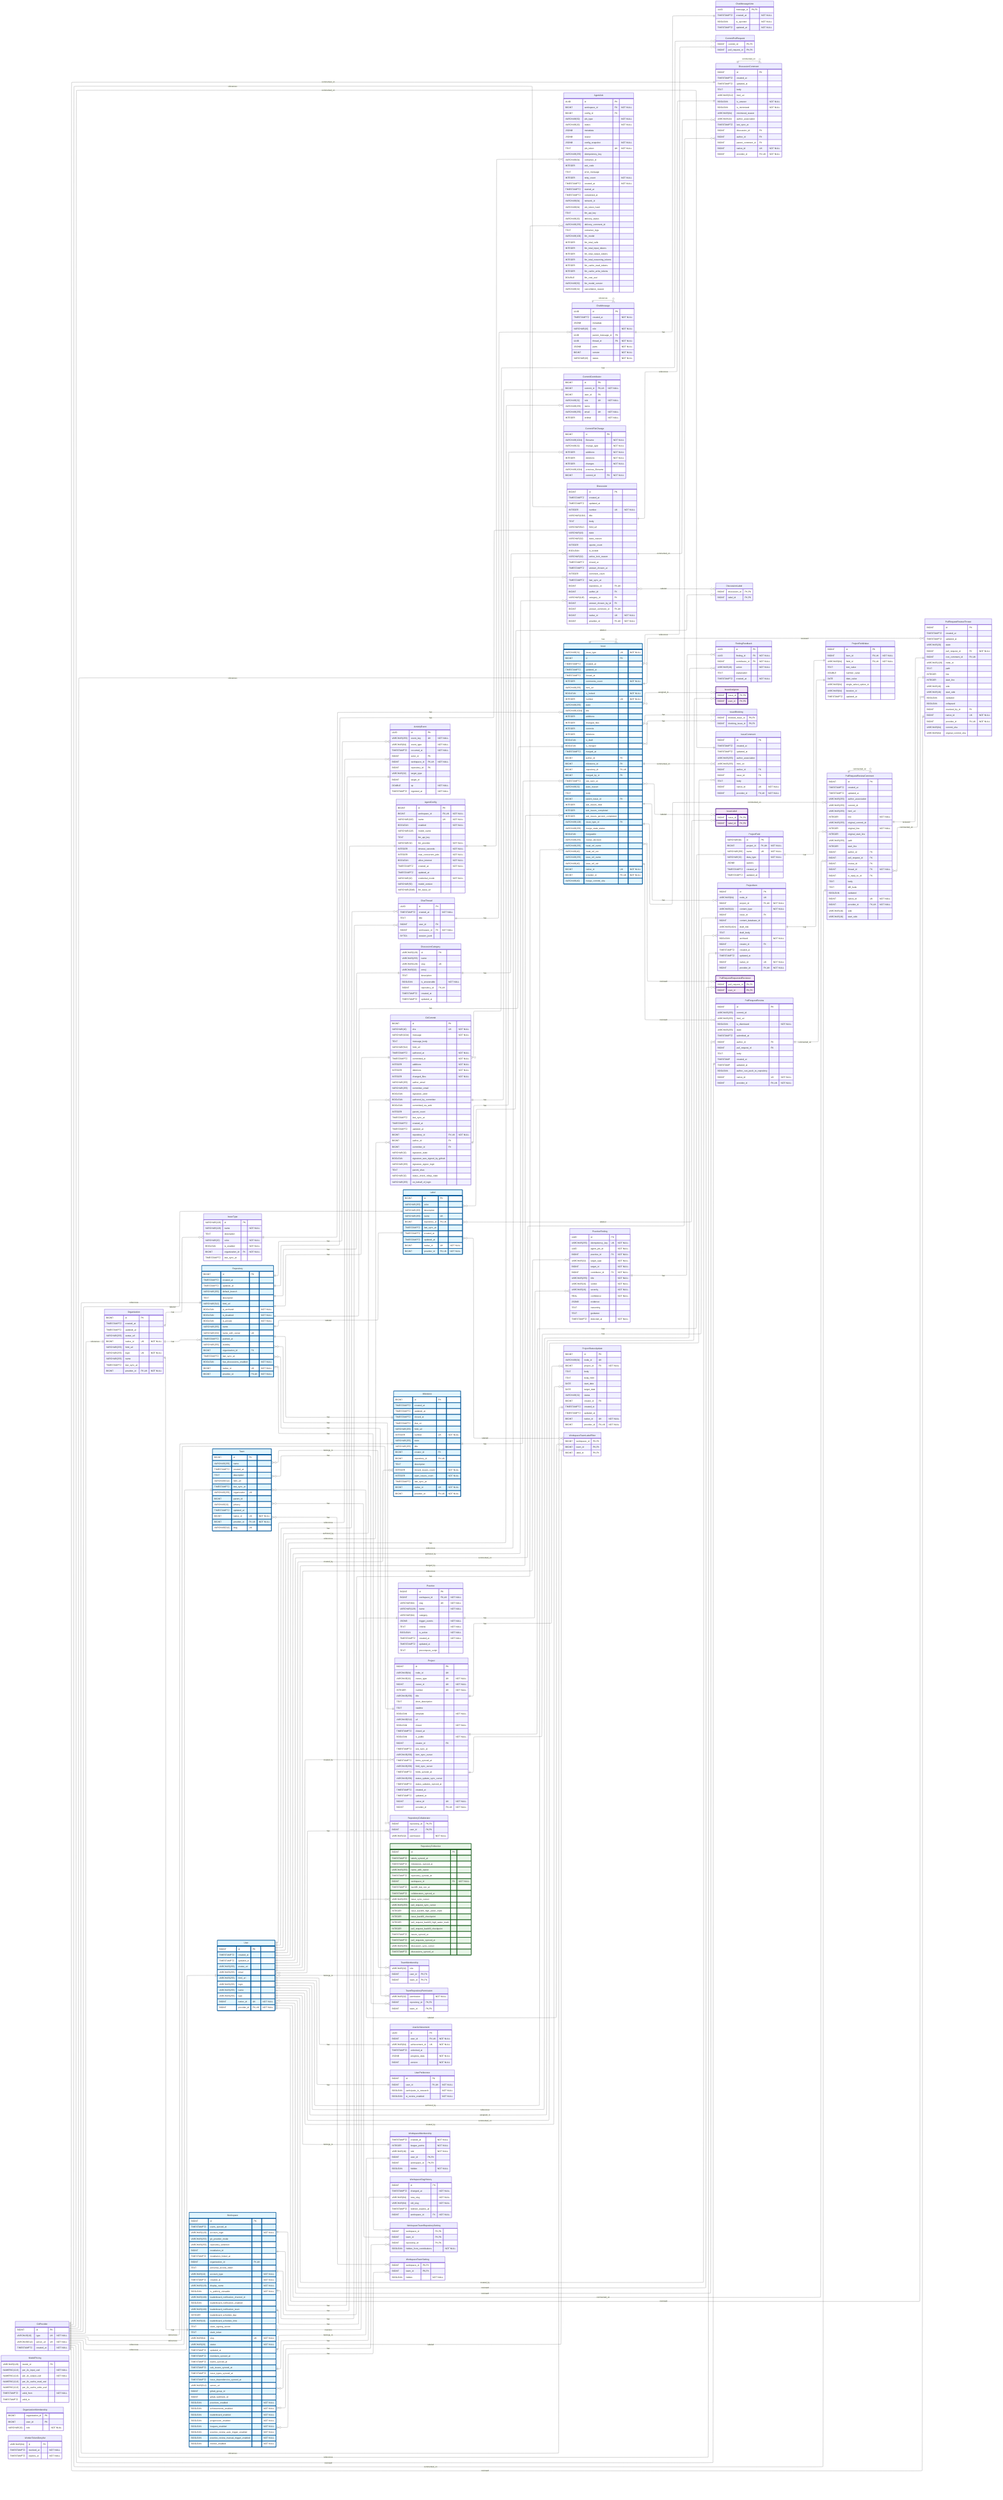
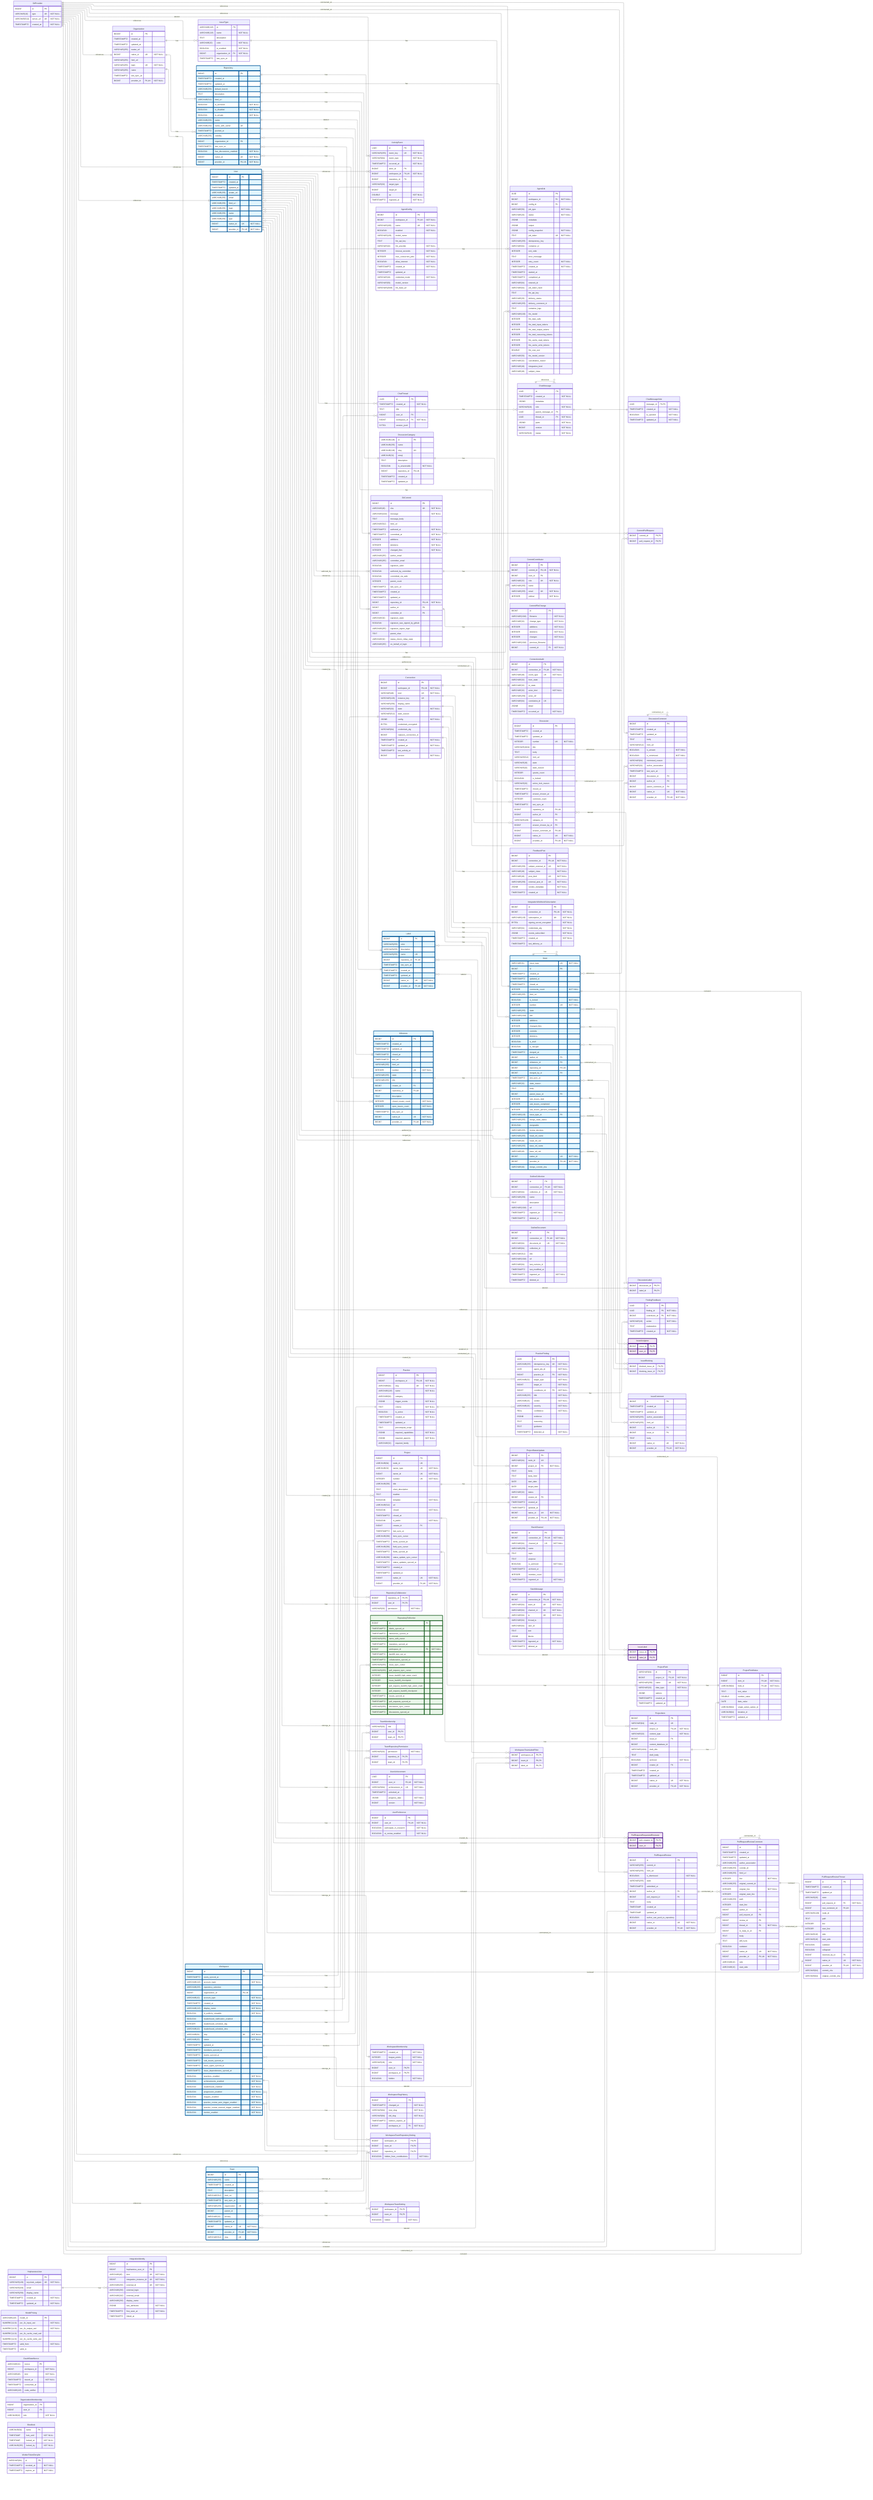
---
config:
    layout: elk
---
erDiagram
    %% Generated automatically from PostgreSQL database schema
    %% using scripts/generate-mermaid-erd.ts
    %% To regenerate: pnpm run db:generate-erd-docs

    direction LR

    ActivityEvent {
        UUID id PK
        VARCHAR(255) event_key UK "NOT NULL"
        VARCHAR(64) event_type "NOT NULL"
        TIMESTAMPTZ occurred_at "NOT NULL"
        BIGINT actor_id FK
        BIGINT workspace_id FK,UK "NOT NULL"
        BIGINT repository_id FK
        VARCHAR(32) target_type
        BIGINT target_id
        DOUBLE xp "NOT NULL"
        TIMESTAMPTZ ingested_at "NOT NULL"
    }

    AgentConfig {
        BIGINT id PK
        BIGINT workspace_id FK,UK "NOT NULL"
        VARCHAR(100) name UK "NOT NULL"
        BOOLEAN enabled "NOT NULL"
        VARCHAR(128) model_name
        TEXT llm_api_key
        VARCHAR(32) llm_provider "NOT NULL"
        INTEGER timeout_seconds "NOT NULL"
        INTEGER max_concurrent_jobs "NOT NULL"
        BOOLEAN allow_internet "NOT NULL"
        TIMESTAMPTZ created_at "NOT NULL"
        TIMESTAMPTZ updated_at
        VARCHAR(16) credential_mode "NOT NULL"
        VARCHAR(50) model_version
        VARCHAR(2048) llm_base_url
    }

    AgentJob {
        UUID id PK
        BIGINT workspace_id FK "NOT NULL"
        BIGINT config_id FK
        VARCHAR(50) job_type "NOT NULL"
        VARCHAR(20) status "NOT NULL"
        JSONB metadata
        JSONB output
        JSONB config_snapshot "NOT NULL"
        TEXT job_token UK "NOT NULL"
        VARCHAR(255) idempotency_key
        VARCHAR(64) container_id
        INTEGER exit_code
        TEXT error_message
        INTEGER retry_count "NOT NULL"
        TIMESTAMPTZ created_at "NOT NULL"
        TIMESTAMPTZ started_at
        TIMESTAMPTZ completed_at
        VARCHAR(64) network_id
        VARCHAR(64) job_token_hash
        TEXT llm_api_key
        VARCHAR(20) delivery_status
        VARCHAR(255) delivery_comment_id
        TEXT container_logs
        VARCHAR(100) llm_model
        INTEGER llm_total_calls
        INTEGER llm_total_input_tokens
        INTEGER llm_total_output_tokens
        INTEGER llm_total_reasoning_tokens
        INTEGER llm_cache_read_tokens
        INTEGER llm_cache_write_tokens
        DOUBLE llm_cost_usd
        VARCHAR(50) llm_model_version
        VARCHAR(32) cancellation_reason
+         VARCHAR(48) integration_kind
+         VARCHAR(48) subject_class
    }

    ChatMessage {
        UUID id PK
        TIMESTAMPTZ created_at "NOT NULL"
        JSONB metadata
        VARCHAR(16) role "NOT NULL"
        UUID parent_message_id FK
        UUID thread_id FK "NOT NULL"
        JSONB parts "NOT NULL"
        BIGINT version "NOT NULL"
        VARCHAR(16) status "NOT NULL"
    }

    ChatMessageVote {
        UUID message_id PK,FK
        TIMESTAMPTZ created_at "NOT NULL"
        BOOLEAN is_upvoted "NOT NULL"
        TIMESTAMPTZ updated_at "NOT NULL"
    }

    ChatThread {
        UUID id PK
        TIMESTAMPTZ created_at "NOT NULL"
        TEXT title
        BIGINT user_id FK
        BIGINT workspace_id FK "NOT NULL"
        BYTEA session_jsonl
    }

    CommitContributor {
        BIGINT id PK
        BIGINT commit_id FK,UK "NOT NULL"
        BIGINT user_id FK
        VARCHAR(32) role UK "NOT NULL"
        VARCHAR(255) name
        VARCHAR(255) email UK "NOT NULL"
        INTEGER ordinal "NOT NULL"
    }

    CommitFileChange {
        BIGINT id PK
        VARCHAR(1024) filename "NOT NULL"
        VARCHAR(32) change_type "NOT NULL"
        INTEGER additions "NOT NULL"
        INTEGER deletions "NOT NULL"
        INTEGER changes "NOT NULL"
        VARCHAR(1024) previous_filename
        BIGINT commit_id FK "NOT NULL"
    }

    CommitPullRequest {
        BIGINT commit_id PK,FK
        BIGINT pull_request_id PK,FK
+     }
+ 
+     Connection {
+         BIGINT id PK
+         BIGINT workspace_id FK,UK "NOT NULL"
+         VARCHAR(48) kind UK "NOT NULL"
+         VARCHAR(128) instance_key UK
+         VARCHAR(256) display_name
+         VARCHAR(32) state "NOT NULL"
+         VARCHAR(512) state_reason
+         JSONB config "NOT NULL"
+         BYTEA credentials_encrypted
+         VARCHAR(64) credentials_alg
+         BIGINT replaces_connection_id
+         TIMESTAMPTZ created_at "NOT NULL"
+         TIMESTAMPTZ updated_at "NOT NULL"
+         TIMESTAMPTZ last_activity_at
+         BIGINT version "NOT NULL"
+     }
+ 
+     ConnectionAudit {
+         BIGINT id PK
+         BIGINT connection_id FK,UK "NOT NULL"
+         VARCHAR(48) event_type UK "NOT NULL"
+         VARCHAR(32) from_state
+         VARCHAR(32) to_state
+         VARCHAR(32) actor_kind "NOT NULL"
+         VARCHAR(256) actor_ref
+         VARCHAR(64) correlation_id UK
+         JSONB detail
+         TIMESTAMPTZ occurred_at "NOT NULL"
    }

    Discussion {
        BIGINT id PK
        TIMESTAMPTZ created_at
        TIMESTAMPTZ updated_at
        INTEGER number UK "NOT NULL"
        VARCHAR(1024) title
        TEXT body
        VARCHAR(512) html_url
        VARCHAR(16) state
        VARCHAR(32) state_reason
        INTEGER upvote_count
        BOOLEAN is_locked
        VARCHAR(32) active_lock_reason
        TIMESTAMPTZ closed_at
        TIMESTAMPTZ answer_chosen_at
        INTEGER comment_count
        TIMESTAMPTZ last_sync_at
        BIGINT repository_id FK,UK
        BIGINT author_id FK
        VARCHAR(128) category_id FK
        BIGINT answer_chosen_by_id FK
        BIGINT answer_comment_id FK,UK
        BIGINT native_id UK "NOT NULL"
        BIGINT provider_id FK,UK "NOT NULL"
    }

    DiscussionCategory {
        VARCHAR(128) id PK
        VARCHAR(255) name
        VARCHAR(128) slug UK
        VARCHAR(32) emoji
        TEXT description
        BOOLEAN is_answerable "NOT NULL"
        BIGINT repository_id FK,UK
        TIMESTAMPTZ created_at
        TIMESTAMPTZ updated_at
    }

    DiscussionComment {
        BIGINT id PK
        TIMESTAMPTZ created_at
        TIMESTAMPTZ updated_at
        TEXT body
        VARCHAR(512) html_url
        BOOLEAN is_answer "NOT NULL"
        BOOLEAN is_minimized "NOT NULL"
        VARCHAR(64) minimized_reason
        VARCHAR(32) author_association
        TIMESTAMPTZ last_sync_at
        BIGINT discussion_id FK
        BIGINT author_id FK
        BIGINT parent_comment_id FK
        BIGINT native_id UK "NOT NULL"
        BIGINT provider_id FK,UK "NOT NULL"
    }

    DiscussionLabel {
        BIGINT discussion_id PK,FK
        BIGINT label_id PK,FK
    }

+     FeedbackPost {
+         BIGINT id PK
+         BIGINT connection_id FK,UK "NOT NULL"
+         VARCHAR(256) subject_external_id UK "NOT NULL"
+         VARCHAR(48) subject_class "NOT NULL"
+         VARCHAR(48) post_kind UK "NOT NULL"
+         VARCHAR(256) external_post_id UK "NOT NULL"
+         JSONB vendor_metadata "NOT NULL"
+         TIMESTAMPTZ created_at "NOT NULL"
+     }
+ 
    FindingFeedback {
        UUID id PK
        UUID finding_id FK "NOT NULL"
        BIGINT contributor_id FK "NOT NULL"
        VARCHAR(16) action "NOT NULL"
        TEXT explanation
        TIMESTAMPTZ created_at "NOT NULL"
    }

    GitCommit {
        BIGINT id PK
        VARCHAR(40) sha UK "NOT NULL"
        VARCHAR(1024) message "NOT NULL"
        TEXT message_body
        VARCHAR(512) html_url
        TIMESTAMPTZ authored_at "NOT NULL"
        TIMESTAMPTZ committed_at "NOT NULL"
        INTEGER additions "NOT NULL"
        INTEGER deletions "NOT NULL"
        INTEGER changed_files "NOT NULL"
        VARCHAR(255) author_email
        VARCHAR(255) committer_email
        BOOLEAN signature_valid
        BOOLEAN authored_by_committer
        BOOLEAN committed_via_web
        INTEGER parent_count
        TIMESTAMPTZ last_sync_at
        TIMESTAMPTZ created_at
        TIMESTAMPTZ updated_at
        BIGINT repository_id FK,UK "NOT NULL"
        BIGINT author_id FK
        BIGINT committer_id FK
        VARCHAR(32) signature_state
        BOOLEAN signature_was_signed_by_github
        VARCHAR(255) signature_signer_login
        TEXT parent_shas
        VARCHAR(32) status_check_rollup_state
        VARCHAR(255) on_behalf_of_login
    }

    GitProvider {
        BIGINT id PK
        VARCHAR(10) type UK "NOT NULL"
        VARCHAR(512) server_url UK "NOT NULL"
        TIMESTAMPTZ created_at "NOT NULL"
+     }
+ 
+     HephaestusUser {
+         BIGINT id PK
+         VARCHAR(128) keycloak_subject UK "NOT NULL"
+         VARCHAR(320) email
+         VARCHAR(256) display_name
+         TIMESTAMPTZ created_at "NOT NULL"
+         TIMESTAMPTZ updated_at "NOT NULL"
+     }
+ 
+     IntegrationIdentity {
+         BIGINT id PK
+         BIGINT hephaestus_user_id FK
+         VARCHAR(48) kind UK "NOT NULL"
+         BIGINT integration_instance_id UK "NOT NULL"
+         VARCHAR(256) external_id UK "NOT NULL"
+         VARCHAR(256) external_login
+         VARCHAR(320) external_email
+         VARCHAR(256) display_name
+         JSONB raw_attributes "NOT NULL"
+         TIMESTAMPTZ first_seen_at "NOT NULL"
+         TIMESTAMPTZ linked_at
+     }
+ 
+     IntegrationWebhookSubscription {
+         BIGINT id PK
+         BIGINT connection_id FK,UK "NOT NULL"
+         VARCHAR(128) subscription_id UK "NOT NULL"
+         BYTEA signing_secret_encrypted "NOT NULL"
+         VARCHAR(64) credentials_alg "NOT NULL"
+         JSONB events_subscribed "NOT NULL"
+         TIMESTAMPTZ created_at "NOT NULL"
+         TIMESTAMPTZ last_delivery_at
    }

    Issue {
        VARCHAR(31) issue_type UK "NOT NULL"
        BIGINT id PK
        TIMESTAMPTZ created_at
        TIMESTAMPTZ updated_at
        TIMESTAMPTZ closed_at
        INTEGER comments_count "NOT NULL"
        VARCHAR(255) html_url
        BOOLEAN is_locked "NOT NULL"
        INTEGER number UK "NOT NULL"
        VARCHAR(255) state
        VARCHAR(1024) title
        INTEGER additions
        INTEGER changed_files
        INTEGER commits
        INTEGER deletions
        BOOLEAN is_draft
        BOOLEAN is_merged
        TIMESTAMPTZ merged_at
        BIGINT author_id FK
        BIGINT milestone_id FK
        BIGINT repository_id FK,UK
        BIGINT merged_by_id FK
        TIMESTAMPTZ last_sync_at
        VARCHAR(32) state_reason
        TEXT body
        BIGINT parent_issue_id FK
        INTEGER sub_issues_total
        INTEGER sub_issues_completed
        INTEGER sub_issues_percent_completed
        VARCHAR(128) issue_type_id FK
        VARCHAR(255) merge_state_status
        BOOLEAN mergeable
        VARCHAR(255) review_decision
        VARCHAR(255) head_ref_name
        VARCHAR(40) head_ref_oid
        VARCHAR(255) base_ref_name
        VARCHAR(40) base_ref_oid
        BIGINT native_id UK "NOT NULL"
        BIGINT provider_id FK,UK "NOT NULL"
        VARCHAR(40) merge_commit_sha
    }

    IssueAssignee {
        BIGINT issue_id PK,FK
        BIGINT user_id PK,FK
    }

    IssueBlocking {
        BIGINT blocked_issue_id PK,FK
        BIGINT blocking_issue_id PK,FK
    }

    IssueComment {
        BIGINT id PK
        TIMESTAMPTZ created_at
        TIMESTAMPTZ updated_at
        VARCHAR(255) author_association
        VARCHAR(255) html_url
        BIGINT author_id FK
        BIGINT issue_id FK
        TEXT body
        BIGINT native_id UK "NOT NULL"
        BIGINT provider_id FK,UK "NOT NULL"
    }

    IssueLabel {
        BIGINT issue_id PK,FK
        BIGINT label_id PK,FK
    }

    IssueType {
        VARCHAR(128) id PK
        VARCHAR(128) name "NOT NULL"
        TEXT description
        VARCHAR(20) color "NOT NULL"
        BOOLEAN is_enabled "NOT NULL"
        BIGINT organization_id FK "NOT NULL"
        TIMESTAMPTZ last_sync_at
    }

    Label {
        BIGINT id PK
        VARCHAR(255) color
        VARCHAR(255) description
        VARCHAR(255) name UK
        BIGINT repository_id FK,UK
        TIMESTAMPTZ last_sync_at
        TIMESTAMPTZ created_at
        TIMESTAMPTZ updated_at
        BIGINT native_id UK "NOT NULL"
        BIGINT provider_id FK,UK "NOT NULL"
    }

    Milestone {
        BIGINT id PK
        TIMESTAMPTZ created_at
        TIMESTAMPTZ updated_at
        TIMESTAMPTZ closed_at
        TIMESTAMPTZ due_on
        VARCHAR(255) html_url
        INTEGER number UK "NOT NULL"
        VARCHAR(255) state
        VARCHAR(255) title
        BIGINT creator_id FK
        BIGINT repository_id FK,UK
        TEXT description
        INTEGER closed_issues_count "NOT NULL"
        INTEGER open_issues_count "NOT NULL"
        TIMESTAMPTZ last_sync_at
        BIGINT native_id UK "NOT NULL"
        BIGINT provider_id FK,UK "NOT NULL"
    }

    ModelPricing {
        VARCHAR(128) model_id PK
        NUMERIC(12,6) per_1k_input_usd "NOT NULL"
        NUMERIC(12,6) per_1k_output_usd "NOT NULL"
        NUMERIC(12,6) per_1k_cache_read_usd
        NUMERIC(12,6) per_1k_cache_write_usd
        TIMESTAMPTZ valid_from "NOT NULL"
        TIMESTAMPTZ valid_to
    }

+     OauthStateNonce {
+         VARCHAR(32) nonce PK
+         BIGINT workspace_id "NOT NULL"
+         VARCHAR(48) kind "NOT NULL"
+         TIMESTAMPTZ issued_at "NOT NULL"
+         TIMESTAMPTZ consumed_at
+         VARCHAR(128) code_verifier
+     }
+ 
    Organization {
        BIGINT id PK
        TIMESTAMPTZ created_at
        TIMESTAMPTZ updated_at
        VARCHAR(255) avatar_url
        BIGINT native_id UK "NOT NULL"
        VARCHAR(255) html_url
        VARCHAR(255) login UK "NOT NULL"
        VARCHAR(255) name
        TIMESTAMPTZ last_sync_at
        BIGINT provider_id FK,UK "NOT NULL"
    }

    OrganizationMembership {
        BIGINT organization_id PK
        BIGINT user_id PK
        VARCHAR(32) role "NOT NULL"
+     }
+ 
+     OutlineCollection {
+         BIGINT id PK
+         BIGINT connection_id FK,UK "NOT NULL"
+         VARCHAR(64) collection_id UK "NOT NULL"
+         VARCHAR(256) name
+         TEXT description
+         VARCHAR(1024) url
+         TIMESTAMPTZ ingested_at "NOT NULL"
+         TIMESTAMPTZ deleted_at
+     }
+ 
+     OutlineDocument {
+         BIGINT id PK
+         BIGINT connection_id FK,UK "NOT NULL"
+         VARCHAR(64) document_id UK "NOT NULL"
+         VARCHAR(64) collection_id
+         VARCHAR(512) title
+         VARCHAR(1024) url
+         VARCHAR(64) last_revision_id
+         TIMESTAMPTZ last_modified_at
+         TIMESTAMPTZ ingested_at "NOT NULL"
+         TIMESTAMPTZ deleted_at
    }

    Practice {
        BIGINT id PK
        BIGINT workspace_id FK,UK "NOT NULL"
        VARCHAR(64) slug UK "NOT NULL"
        VARCHAR(128) name "NOT NULL"
        VARCHAR(64) category
        JSONB trigger_events "NOT NULL"
        TEXT criteria "NOT NULL"
        BOOLEAN is_active "NOT NULL"
        TIMESTAMPTZ created_at "NOT NULL"
        TIMESTAMPTZ updated_at
        TEXT precompute_script
+         JSONB required_capabilities "NOT NULL"
+         JSONB required_aspects "NOT NULL"
+         VARCHAR(32) required_family
    }

    PracticeFinding {
        UUID id PK
        VARCHAR(255) idempotency_key UK "NOT NULL"
        UUID agent_job_id "NOT NULL"
        BIGINT practice_id FK "NOT NULL"
        VARCHAR(32) target_type "NOT NULL"
        BIGINT target_id "NOT NULL"
        BIGINT contributor_id FK "NOT NULL"
        VARCHAR(255) title "NOT NULL"
        VARCHAR(16) verdict "NOT NULL"
        VARCHAR(16) severity "NOT NULL"
        REAL confidence "NOT NULL"
        JSONB evidence
        TEXT reasoning
        TEXT guidance
        TIMESTAMPTZ detected_at "NOT NULL"
    }

    Project {
        BIGINT id PK
        VARCHAR(64) node_id UK
        VARCHAR(32) owner_type UK "NOT NULL"
        BIGINT owner_id UK "NOT NULL"
        INTEGER number UK "NOT NULL"
        VARCHAR(256) title
        TEXT short_description
        TEXT readme
        BOOLEAN template "NOT NULL"
        VARCHAR(512) url
        BOOLEAN closed "NOT NULL"
        TIMESTAMPTZ closed_at
        BOOLEAN is_public "NOT NULL"
        BIGINT creator_id FK
        TIMESTAMPTZ last_sync_at
        VARCHAR(256) item_sync_cursor
        TIMESTAMPTZ items_synced_at
        VARCHAR(256) field_sync_cursor
        TIMESTAMPTZ fields_synced_at
        VARCHAR(256) status_update_sync_cursor
        TIMESTAMPTZ status_updates_synced_at
        TIMESTAMPTZ created_at
        TIMESTAMPTZ updated_at
        BIGINT native_id UK "NOT NULL"
        BIGINT provider_id FK,UK "NOT NULL"
    }

    ProjectField {
        VARCHAR(64) id PK
        BIGINT project_id FK,UK "NOT NULL"
        VARCHAR(256) name UK "NOT NULL"
        VARCHAR(32) data_type "NOT NULL"
        JSONB options
        TIMESTAMPTZ created_at
        TIMESTAMPTZ updated_at
    }

    ProjectFieldValue {
        BIGINT id PK
        BIGINT item_id FK,UK "NOT NULL"
        VARCHAR(64) field_id FK,UK "NOT NULL"
        TEXT text_value
        DOUBLE number_value
        DATE date_value
        VARCHAR(64) single_select_option_id
        VARCHAR(64) iteration_id
        TIMESTAMPTZ updated_at
    }

    ProjectItem {
        BIGINT id PK
        VARCHAR(64) node_id UK
        BIGINT project_id FK,UK "NOT NULL"
        VARCHAR(32) content_type "NOT NULL"
        BIGINT issue_id FK
        BIGINT content_database_id
        VARCHAR(1024) draft_title
        TEXT draft_body
        BOOLEAN archived "NOT NULL"
        BIGINT creator_id FK
        TIMESTAMPTZ created_at
        TIMESTAMPTZ updated_at
        BIGINT native_id UK "NOT NULL"
        BIGINT provider_id FK,UK "NOT NULL"
    }

    ProjectStatusUpdate {
        BIGINT id PK
        VARCHAR(64) node_id UK
        BIGINT project_id FK "NOT NULL"
        TEXT body
        TEXT body_html
        DATE start_date
        DATE target_date
        VARCHAR(32) status
        BIGINT creator_id FK
        TIMESTAMPTZ created_at
        TIMESTAMPTZ updated_at
        BIGINT native_id UK "NOT NULL"
        BIGINT provider_id FK,UK "NOT NULL"
    }

    PullRequestRequestedReviewer {
        BIGINT pull_request_id PK,FK
        BIGINT user_id PK,FK
    }

    PullRequestReview {
        BIGINT id PK
        VARCHAR(255) commit_id
        VARCHAR(255) html_url
        BOOLEAN is_dismissed "NOT NULL"
        VARCHAR(255) state
        TIMESTAMPTZ submitted_at
        BIGINT author_id FK
        BIGINT pull_request_id FK
        TEXT body
        TIMESTAMP created_at
        TIMESTAMP updated_at
        BOOLEAN author_can_push_to_repository
        BIGINT native_id UK "NOT NULL"
        BIGINT provider_id FK,UK "NOT NULL"
    }

    PullRequestReviewComment {
        BIGINT id PK
        TIMESTAMPTZ created_at
        TIMESTAMPTZ updated_at
        VARCHAR(255) author_association
        VARCHAR(255) commit_id
        VARCHAR(255) html_url
        INTEGER line "NOT NULL"
        VARCHAR(255) original_commit_id
        INTEGER original_line "NOT NULL"
        INTEGER original_start_line
        VARCHAR(255) path
        INTEGER start_line
        BIGINT author_id FK
        BIGINT pull_request_id FK
        BIGINT review_id FK
        BIGINT thread_id FK "NOT NULL"
        BIGINT in_reply_to_id FK
        TEXT body
        TEXT diff_hunk
        BOOLEAN outdated
        BIGINT native_id UK "NOT NULL"
        BIGINT provider_id FK,UK "NOT NULL"
        VARCHAR(16) side
        VARCHAR(16) start_side
    }

    PullRequestReviewThread {
        BIGINT id PK
        TIMESTAMPTZ created_at
        TIMESTAMPTZ updated_at
        VARCHAR(20) state
        BIGINT pull_request_id FK "NOT NULL"
        BIGINT root_comment_id FK,UK
        VARCHAR(128) node_id
        TEXT path
        INTEGER line
        INTEGER start_line
        VARCHAR(16) side
        VARCHAR(16) start_side
        BOOLEAN outdated
        BOOLEAN collapsed
        BIGINT resolved_by_id FK
        BIGINT native_id UK "NOT NULL"
        BIGINT provider_id FK,UK "NOT NULL"
        VARCHAR(64) commit_sha
        VARCHAR(64) original_commit_sha
    }

    Repository {
        BIGINT id PK
        TIMESTAMPTZ created_at
        TIMESTAMPTZ updated_at
        VARCHAR(255) default_branch
        TEXT description
        VARCHAR(512) html_url
        BOOLEAN is_archived "NOT NULL"
        BOOLEAN is_disabled "NOT NULL"
        BOOLEAN is_private "NOT NULL"
        VARCHAR(255) name
        VARCHAR(150) name_with_owner UK
        TIMESTAMPTZ pushed_at
        VARCHAR(255) visibility
        BIGINT organization_id FK
        TIMESTAMPTZ last_sync_at
        BOOLEAN has_discussions_enabled "NOT NULL"
        BIGINT native_id UK "NOT NULL"
        BIGINT provider_id FK,UK "NOT NULL"
    }

    RepositoryCollaborator {
        BIGINT repository_id PK,FK
        BIGINT user_id PK,FK
        VARCHAR(32) permission "NOT NULL"
    }

    RepositoryToMonitor {
        BIGINT id PK
        TIMESTAMPTZ labels_synced_at
        TIMESTAMPTZ milestones_synced_at
        VARCHAR(255) name_with_owner
        TIMESTAMPTZ repository_synced_at
        BIGINT workspace_id FK "NOT NULL"
        TIMESTAMPTZ backfill_last_run_at
        TIMESTAMPTZ collaborators_synced_at
        VARCHAR(255) issue_sync_cursor
        VARCHAR(255) pull_request_sync_cursor
        INTEGER issue_backfill_high_water_mark
        INTEGER issue_backfill_checkpoint
        INTEGER pull_request_backfill_high_water_mark
        INTEGER pull_request_backfill_checkpoint
        TIMESTAMPTZ issues_synced_at
        TIMESTAMPTZ pull_requests_synced_at
        VARCHAR(255) discussion_sync_cursor
        TIMESTAMPTZ discussions_synced_at
    }

+     Shedlock {
+         VARCHAR(64) name PK
+         TIMESTAMP lock_until "NOT NULL"
+         TIMESTAMP locked_at "NOT NULL"
+         VARCHAR(255) locked_by "NOT NULL"
+     }
+ 
+     SlackChannel {
+         BIGINT id PK
+         BIGINT connection_id FK,UK "NOT NULL"
+         VARCHAR(64) channel_id UK "NOT NULL"
+         VARCHAR(256) name
+         TEXT topic
+         TEXT purpose
+         BOOLEAN is_archived "NOT NULL"
+         TIMESTAMPTZ archived_at
+         INTEGER member_count
+         TIMESTAMPTZ ingested_at "NOT NULL"
+     }
+ 
+     SlackMessage {
+         BIGINT id PK
+         BIGINT connection_id FK,UK "NOT NULL"
+         VARCHAR(64) team_id UK "NOT NULL"
+         VARCHAR(64) channel_id UK "NOT NULL"
+         VARCHAR(64) ts UK "NOT NULL"
+         VARCHAR(64) thread_ts
+         VARCHAR(64) user_id
+         TEXT text
+         JSONB blocks
+         TIMESTAMPTZ ingested_at "NOT NULL"
+         TIMESTAMPTZ deleted_at
+     }
+ 
    Team {
        BIGINT id PK
        VARCHAR(255) name
        TIMESTAMPTZ created_at
        TEXT description
        VARCHAR(512) html_url
        TIMESTAMPTZ last_sync_at
        VARCHAR(255) organization UK
        BIGINT parent_id
        VARCHAR(32) privacy
        TIMESTAMPTZ updated_at
        BIGINT native_id UK "NOT NULL"
        BIGINT provider_id FK,UK "NOT NULL"
        VARCHAR(512) slug UK
    }

    TeamMembership {
        VARCHAR(32) role
        BIGINT user_id PK,FK
        BIGINT team_id PK,FK
    }

    TeamRepositoryPermission {
        VARCHAR(32) permission "NOT NULL"
        BIGINT repository_id PK,FK
        BIGINT team_id PK,FK
    }

    User {
        BIGINT id PK
        TIMESTAMPTZ created_at
        TIMESTAMPTZ updated_at
        VARCHAR(255) avatar_url
        VARCHAR(255) email
        VARCHAR(255) html_url
        VARCHAR(255) login
        VARCHAR(255) name
        VARCHAR(255) type
        BIGINT native_id UK "NOT NULL"
        BIGINT provider_id FK,UK "NOT NULL"
    }

    UserAchievement {
        UUID id PK
        BIGINT user_id FK,UK "NOT NULL"
        VARCHAR(64) achievement_id UK "NOT NULL"
        TIMESTAMPTZ unlocked_at
        JSONB progress_data "NOT NULL"
        BIGINT version "NOT NULL"
    }

    UserPreference {
        BIGINT id PK
        BIGINT user_id FK,UK "NOT NULL"
        BOOLEAN participate_in_research "NOT NULL"
        BOOLEAN ai_review_enabled "NOT NULL"
    }

    WorkerTokenDenylist {
        VARCHAR(64) jti PK
        TIMESTAMPTZ revoked_at "NOT NULL"
        TIMESTAMPTZ expires_at "NOT NULL"
    }

    Workspace {
        BIGINT id PK
        TIMESTAMPTZ users_synced_at
        VARCHAR(120) account_login "NOT NULL"
-         VARCHAR(255) git_provider_mode
        VARCHAR(255) repository_selection
-         BIGINT installation_id
-         TIMESTAMPTZ installation_linked_at
        BIGINT organization_id FK,UK
-         TEXT personal_access_token
        VARCHAR(10) account_type "NOT NULL"
        TIMESTAMPTZ created_at "NOT NULL"
        VARCHAR(120) display_name "NOT NULL"
        BOOLEAN is_publicly_viewable "NOT NULL"
-         VARCHAR(100) leaderboard_notification_channel_id
        BOOLEAN leaderboard_notification_enabled
-         VARCHAR(100) leaderboard_notification_team
        INTEGER leaderboard_schedule_day
        VARCHAR(10) leaderboard_schedule_time
-         TEXT slack_signing_secret
-         TEXT slack_token
        VARCHAR(64) slug UK "NOT NULL"
        VARCHAR(20) status "NOT NULL"
        TIMESTAMPTZ updated_at
        TIMESTAMPTZ members_synced_at
        TIMESTAMPTZ teams_synced_at
        TIMESTAMPTZ sub_issues_synced_at
        TIMESTAMPTZ issue_types_synced_at
        TIMESTAMPTZ issue_dependencies_synced_at
-         VARCHAR(512) server_url
-         BIGINT gitlab_group_id
-         BIGINT gitlab_webhook_id
        BOOLEAN practices_enabled "NOT NULL"
        BOOLEAN achievements_enabled "NOT NULL"
        BOOLEAN leaderboard_enabled "NOT NULL"
        BOOLEAN progression_enabled "NOT NULL"
        BOOLEAN leagues_enabled "NOT NULL"
        BOOLEAN practice_review_auto_trigger_enabled "NOT NULL"
        BOOLEAN practice_review_manual_trigger_enabled "NOT NULL"
        BOOLEAN mentor_enabled "NOT NULL"
    }

    WorkspaceMembership {
        TIMESTAMPTZ created_at "NOT NULL"
        INTEGER league_points "NOT NULL"
        VARCHAR(16) role "NOT NULL"
        BIGINT user_id PK,FK
        BIGINT workspace_id PK,FK
        BOOLEAN hidden "NOT NULL"
    }

    WorkspaceSlugHistory {
        BIGINT id PK
        TIMESTAMPTZ changed_at "NOT NULL"
        VARCHAR(64) new_slug "NOT NULL"
        VARCHAR(64) old_slug "NOT NULL"
        TIMESTAMPTZ redirect_expires_at
        BIGINT workspace_id FK "NOT NULL"
    }

    WorkspaceTeamLabelFilter {
        BIGINT workspace_id PK,FK
        BIGINT team_id PK,FK
        BIGINT label_id PK,FK
    }

    WorkspaceTeamRepositorySetting {
        BIGINT workspace_id PK,FK
        BIGINT team_id PK,FK
        BIGINT repository_id PK,FK
        BOOLEAN hidden_from_contributions "NOT NULL"
    }

    WorkspaceTeamSetting {
        BIGINT workspace_id PK,FK
        BIGINT team_id PK,FK
        BOOLEAN hidden "NOT NULL"
    }

    %% Relationships
    %% One-to-One relationships
    Workspace ||--|| ActivityEvent : has
    Workspace ||--|| AgentConfig : has
    ChatMessage ||--|| ChatMessageVote : has
    GitCommit ||--|| CommitContributor : has
+     Workspace ||--|| Connection : has
+     Connection ||--|| ConnectionAudit : has
    DiscussionComment ||--|| Discussion : references
    GitProvider ||--|| Discussion : references
    Repository ||--|| Discussion : has
    Repository ||--|| DiscussionCategory : has
    GitProvider ||--|| DiscussionComment : commented_on
+     Connection ||--|| FeedbackPost : has
    Repository ||--|| GitCommit : has
+     Connection ||--|| IntegrationWebhookSubscription : has
    GitProvider ||--|| Issue : references
    Repository ||--|| Issue : has
    GitProvider ||--|| IssueComment : commented_on
    GitProvider ||--|| Label : labeled
    Repository ||--|| Label : labeled
    GitProvider ||--|| Milestone : references
    Repository ||--|| Milestone : has
    GitProvider ||--|| Organization : references
+     Connection ||--|| OutlineCollection : has
+     Connection ||--|| OutlineDocument : has
    Workspace ||--|| Practice : has
    GitProvider ||--|| Project : references
    Project ||--|| ProjectField : has
    ProjectField ||--|| ProjectFieldValue : has
    ProjectItem ||--|| ProjectFieldValue : has
    Project ||--|| ProjectItem : has
    GitProvider ||--|| ProjectItem : references
    GitProvider ||--|| ProjectStatusUpdate : references
    GitProvider ||--|| PullRequestReview : reviewed
    GitProvider ||--|| PullRequestReviewComment : commented_on
    GitProvider ||--|| PullRequestReviewThread : reviewed
    PullRequestReviewComment ||--|| PullRequestReviewThread : reviewed
    GitProvider ||--|| Repository : references
+     Connection ||--|| SlackChannel : has
+     Connection ||--|| SlackMessage : has
    GitProvider ||--|| Team : references
    GitProvider ||--|| User : references
    User ||--|| UserAchievement : has
    User ||--|| UserPreference : has
    Organization ||--|| Workspace : has
    User ||--|| WorkspaceMembership : belongs_to
    Workspace ||--|| WorkspaceMembership : belongs_to

    %% One-to-Many relationships
    User ||--o{ ActivityEvent : references
    Repository ||--o{ ActivityEvent : has
    AgentConfig ||--o{ AgentJob : has
    Workspace ||--o{ AgentJob : has
    ChatMessage ||--o{ ChatMessage : references
    ChatThread ||--o{ ChatMessage : has
    User ||--o{ ChatThread : has
    Workspace ||--o{ ChatThread : has
    User ||--o{ CommitContributor : has
    GitCommit ||--o{ CommitFileChange : has
    User ||--o{ Discussion : references
    User ||--o{ Discussion : authored_by
    DiscussionCategory ||--o{ Discussion : has
    User ||--o{ DiscussionComment : commented_on
    Discussion ||--o{ DiscussionComment : commented_on
    DiscussionComment ||--o{ DiscussionComment : commented_on
    User ||--o{ FindingFeedback : references
    PracticeFinding ||--o{ FindingFeedback : has
    User ||--o{ GitCommit : authored_by
    User ||--o{ GitCommit : references
+     HephaestusUser ||--o{ IntegrationIdentity : has
    User ||--o{ Issue : authored_by
    IssueType ||--o{ Issue : has
    User ||--o{ Issue : merged_by
    Milestone ||--o{ Issue : has
    Issue ||--o{ Issue : has
    User ||--o{ IssueComment : commented_on
    Issue ||--o{ IssueComment : commented_on
    Organization ||--o{ IssueType : has
    User ||--o{ Milestone : created_by
    User ||--o{ PracticeFinding : references
    Practice ||--o{ PracticeFinding : has
    User ||--o{ Project : created_by
    User ||--o{ ProjectItem : created_by
    Issue ||--o{ ProjectItem : has
    User ||--o{ ProjectStatusUpdate : created_by
    Project ||--o{ ProjectStatusUpdate : has
    User ||--o{ PullRequestReview : reviewed
    Issue ||--o{ PullRequestReview : reviewed
    User ||--o{ PullRequestReviewComment : commented_on
    PullRequestReviewComment ||--o{ PullRequestReviewComment : commented_on
    Issue ||--o{ PullRequestReviewComment : commented_on
    PullRequestReview ||--o{ PullRequestReviewComment : commented_on
    PullRequestReviewThread ||--o{ PullRequestReviewComment : commented_on
    Issue ||--o{ PullRequestReviewThread : reviewed
    User ||--o{ PullRequestReviewThread : reviewed
    Organization ||--o{ Repository : has
    Workspace ||--o{ RepositoryToMonitor : monitors
    Workspace ||--o{ WorkspaceSlugHistory : has

    %% Many-to-Many relationships
    GitCommit }o--o{ CommitPullRequest : has
    Issue }o--o{ CommitPullRequest : references
    Discussion }o--o{ DiscussionLabel : labeled
    Label }o--o{ DiscussionLabel : labeled
    Issue }o--o{ IssueAssignee : assigned_to
    User }o--o{ IssueAssignee : assigned_to
    Issue }o--o{ IssueBlocking : has
    Issue }o--o{ IssueBlocking : has
    Issue }o--o{ IssueLabel : labeled
    Label }o--o{ IssueLabel : labeled
    Issue }o--o{ PullRequestRequestedReviewer : reviewed
    User }o--o{ PullRequestRequestedReviewer : reviewed
    Repository }o--o{ RepositoryCollaborator : has
    User }o--o{ RepositoryCollaborator : has
    Team }o--o{ TeamMembership : belongs_to
    User }o--o{ TeamMembership : belongs_to
    Repository }o--o{ TeamRepositoryPermission : has
    Team }o--o{ TeamRepositoryPermission : has
    Label }o--o{ WorkspaceTeamLabelFilter : labeled
    Team }o--o{ WorkspaceTeamLabelFilter : labeled
    Workspace }o--o{ WorkspaceTeamLabelFilter : labeled
    Repository }o--o{ WorkspaceTeamRepositorySetting : has
    Team }o--o{ WorkspaceTeamRepositorySetting : has
    Workspace }o--o{ WorkspaceTeamRepositorySetting : has
    Team }o--o{ WorkspaceTeamSetting : has
    Workspace }o--o{ WorkspaceTeamSetting : has

    %% Styling
    classDef primaryEntity fill:#e1f5fe,stroke:#01579b,stroke-width:2px
    classDef associationEntity fill:#f3e5f5,stroke:#4a148c,stroke-width:2px
    classDef metadataEntity fill:#e8f5e8,stroke:#1b5e20,stroke-width:2px

    class Issue primaryEntity
    class IssueAssignee associationEntity
    class IssueLabel associationEntity
    class Label primaryEntity
    class Milestone primaryEntity
    class PullRequestRequestedReviewer associationEntity
    class Repository primaryEntity
    class RepositoryToMonitor metadataEntity
    class Team primaryEntity
    class User primaryEntity
    class Workspace primaryEntity
